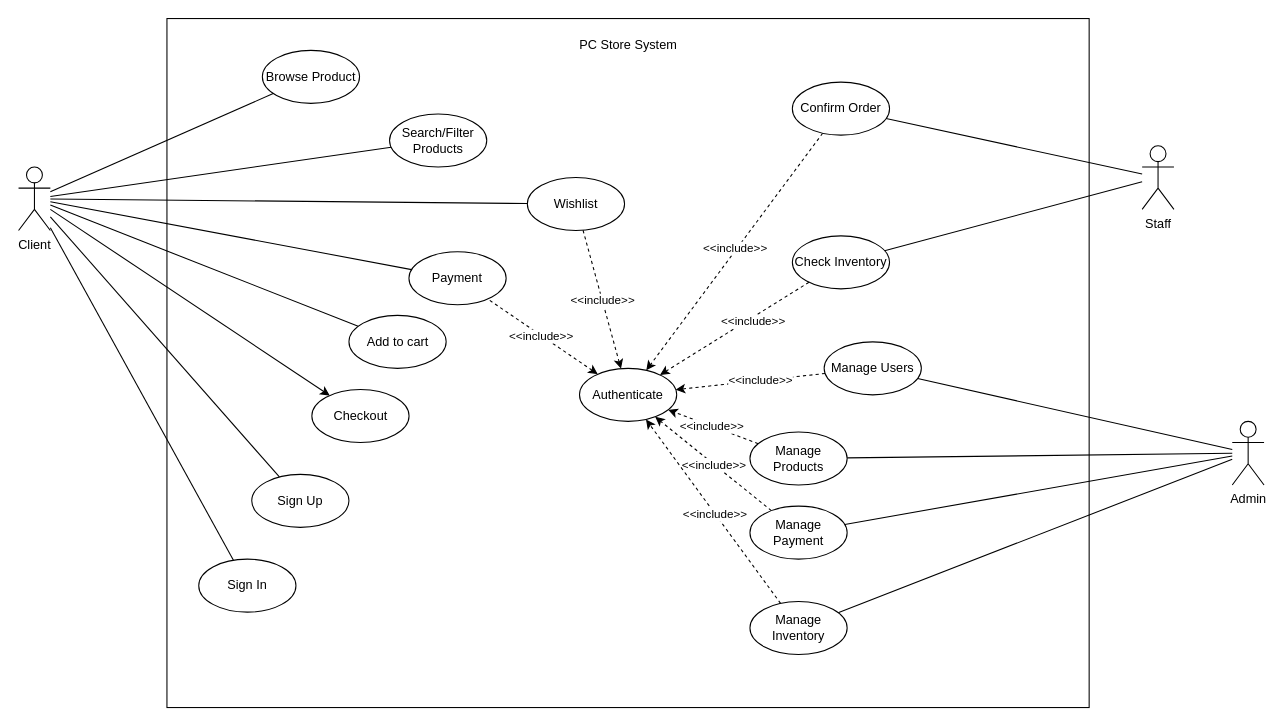
Earlier version of the draw.io diagram page "usecase" (1 of 2) of documents/diagrams.drawio (hoangchitrung/pc-store-ecommerce-website). Source tidied: cells renumbered, new cells numbered last; positions are measured from the earlier drawing's top-left corner, leaving out a move shared by most shapes. Both pictures are drawn from the tidied source at 106%, with x=0, y=0 at pixel (18, 18).
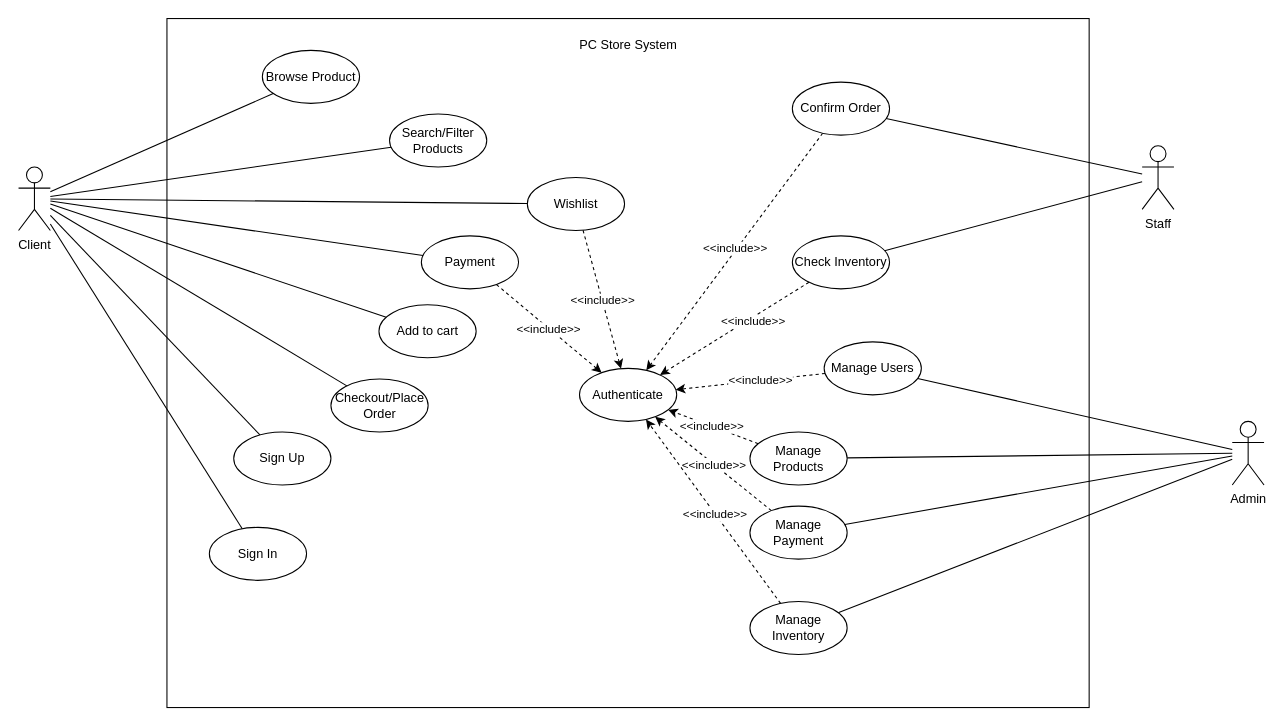
The same page after the edit.

Commit message:
[add] init erd (i did nothing)

The change refers to these unchanged cells:
```xml
<mxCell id="19" value="Client" style="shape=umlActor;verticalLabelPosition=bottom;verticalAlign=top;html=1;outlineConnect=0;" parent="1" vertex="1">
  <mxGeometry y="140" width="30" height="60" as="geometry" />
</mxCell>
```

Change to the diagram source:
```diff
@@
     <mxCell id="3" value="Sign Up" style="ellipse;whiteSpace=wrap;html=1;" parent="1" vertex="1">
-      <mxGeometry x="220" y="430" width="91.7" height="50" as="geometry" />
+      <mxGeometry x="203" y="390" width="91.7" height="50" as="geometry" />
     </mxCell>
@@
     <mxCell id="6" value="Add to cart" style="ellipse;whiteSpace=wrap;html=1;" parent="1" vertex="1">
-      <mxGeometry x="311.7" y="280" width="91.7" height="50" as="geometry" />
+      <mxGeometry x="340" y="270" width="91.7" height="50" as="geometry" />
     </mxCell>
@@
     <mxCell id="10" value="Payment" style="ellipse;whiteSpace=wrap;html=1;" parent="1" vertex="1">
-      <mxGeometry x="368.3" y="220" width="91.7" height="50" as="geometry" />
+      <mxGeometry x="380" y="205" width="91.7" height="50" as="geometry" />
     </mxCell>
@@
-    <mxCell id="18" style="edgeStyle=none;html=1;" parent="1" edge="1" source="19" target="51">
+    <mxCell id="18" style="edgeStyle=none;html=1;endArrow=none;endFill=0;" parent="1" edge="1" source="19" target="51">
       <mxGeometry relative="1" as="geometry" />
     </mxCell>
@@
     <mxCell id="50" value="Sign In" style="ellipse;whiteSpace=wrap;html=1;" parent="1" vertex="1">
-      <mxGeometry x="170" y="510" width="91.7" height="50" as="geometry" />
+      <mxGeometry x="180" y="480" width="91.7" height="50" as="geometry" />
     </mxCell>
-    <mxCell id="51" value="Checkout" style="ellipse;whiteSpace=wrap;html=1;" parent="1" vertex="1">
-      <mxGeometry x="276.7" y="350" width="91.7" height="50" as="geometry" />
+    <mxCell id="51" value="Checkout/Place Order" style="ellipse;whiteSpace=wrap;html=1;" parent="1" vertex="1">
+      <mxGeometry x="294.7" y="340" width="91.7" height="50" as="geometry" />
     </mxCell>
```
